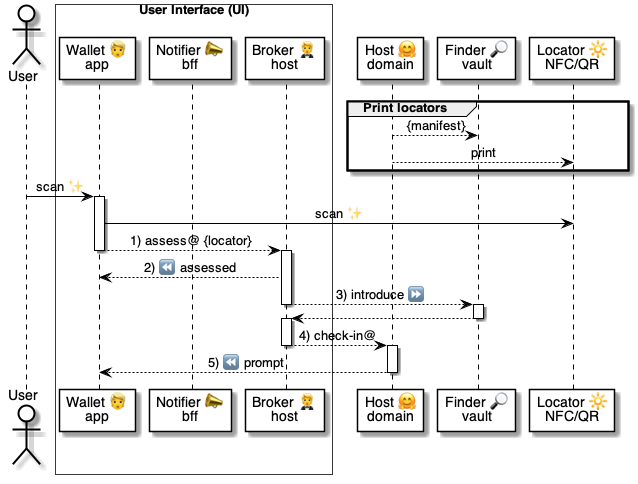
Earlier version of the PlantUML export 5 ⏩ Flows/02 🧑‍🦰👉 Wallets/15 👉🔆 Locators/.📎 Assets/⚙️ Host QR.png (pollyweb-org/pollyweb-docs). Its source is kept beside it as 5 ⏩ Flows/02 🧑‍🦰👉 Wallets/15 👉🔆 Locators/.📎 Assets/⚙️ Host QR.puml. Source of this version:
```plantuml
@startuml 👉 Host NFC-QR check-in

actor User as user

box "User Interface (UI)"  #FFFFFF
  participant "Wallet 👱\napp" as wallet
  participant "Notifier 📣\nbff" as notifier
  participant "Broker 🤵\nhost" as broker
end box

participant "Host 🤗\ndomain" as host
participant "Finder 🔎\nvault" as finder
participant "Locator 🔆\nNFC/QR" as qr


group Print locators
    host --> finder: {manifest}
    host --> qr: print
end group

user -> wallet: scan ✨

activate wallet
    wallet -> qr: scan ✨
    wallet --> broker: 1) assess@ {locator}
deactivate wallet

activate broker


        broker --> wallet: 2) ⏪ assessed

        broker --> finder: 3) introduce ⏩
        deactivate broker
            activate finder
                finder --> broker
            deactivate finder
        activate broker


    broker --> host:  4) check-in@
deactivate broker

activate host
    host --> wallet: 5) ⏪ prompt
deactivate host



@enduml
```
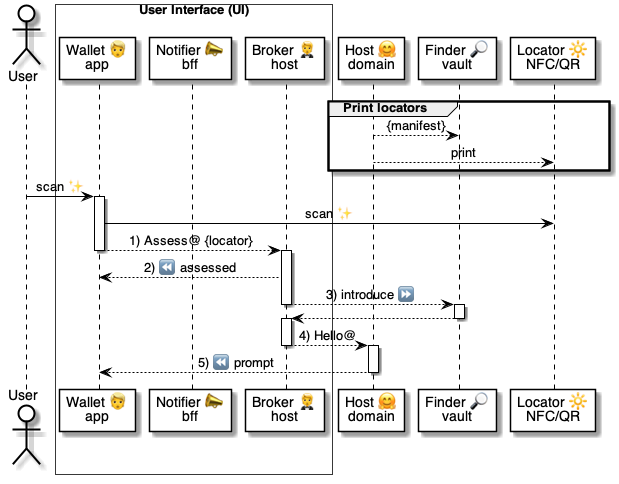
Later version of the same file.

Change to the diagram source:
```diff
@@ -22,7 +22,7 @@
 
 activate wallet
     wallet -> qr: scan ✨
-    wallet --> broker: 1) assess@ {locator}
+    wallet --> broker: 1) Assess@ {locator}
 deactivate wallet
 
 activate broker
@@ -38,7 +38,7 @@
         activate broker
 
 
-    broker --> host:  4) check-in@
+    broker --> host:  4) Hello@
 deactivate broker
 
 activate host
```
